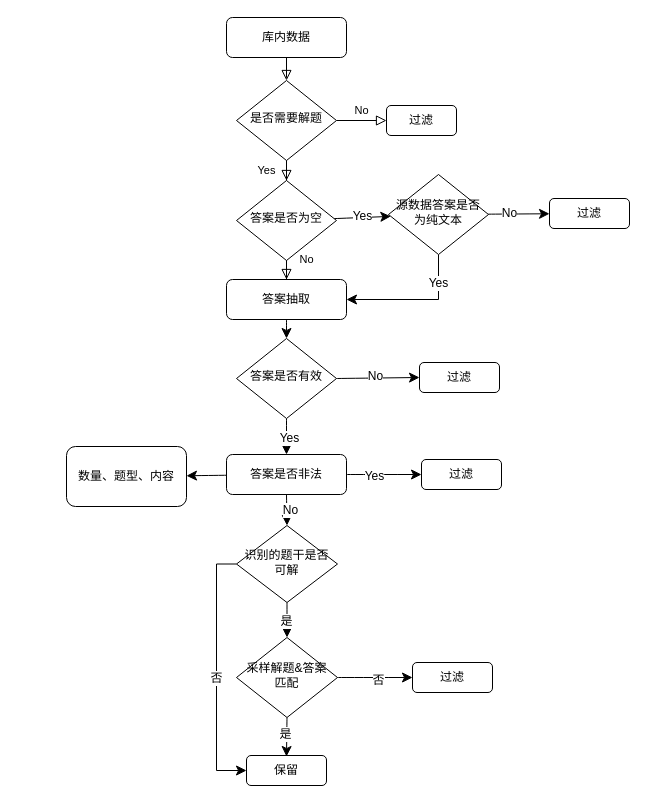
The draw.io diagram pics/t.drawio in QinHsiu/plot_demo, before the edit. Source tidied: cells renumbered, new cells numbered last; positions are measured from the earlier drawing's top-left corner, leaving out a move shared by most shapes. Both pictures are drawn from the tidied source at 100%, with x=0, y=0 at pixel (66, 17).
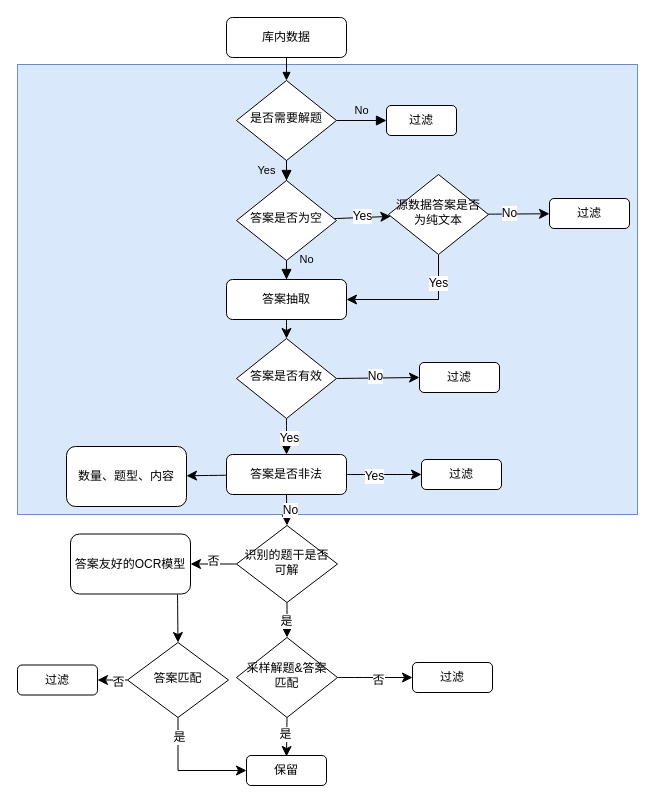
The same diagram, later.

The change refers to these unchanged cells:
```xml
<mxCell id="3" value="库内数据" style="rounded=1;whiteSpace=wrap;html=1;fontSize=12;glass=0;strokeWidth=1;shadow=0;" parent="1" vertex="1">
  <mxGeometry x="160" width="120" height="40" as="geometry" />
</mxCell>
<mxCell id="6" value="是否需要解题" style="rhombus;whiteSpace=wrap;html=1;shadow=0;fontFamily=Helvetica;fontSize=12;align=center;strokeWidth=1;spacing=6;spacingTop=-4;" parent="1" vertex="1">
  <mxGeometry x="170" y="63" width="100" height="80" as="geometry" />
</mxCell>
<mxCell id="7" value="过滤" style="rounded=1;whiteSpace=wrap;html=1;fontSize=12;glass=0;strokeWidth=1;shadow=0;" parent="1" vertex="1">
  <mxGeometry x="320" y="88" width="70" height="30" as="geometry" />
</mxCell>
<mxCell id="11" value="答案是否为空" style="rhombus;whiteSpace=wrap;html=1;shadow=0;fontFamily=Helvetica;fontSize=12;align=center;strokeWidth=1;spacing=6;spacingTop=-4;" parent="1" vertex="1">
  <mxGeometry x="170" y="163" width="100" height="80" as="geometry" />
</mxCell>
<mxCell id="13" value="答案抽取" style="rounded=1;whiteSpace=wrap;html=1;fontSize=12;glass=0;strokeWidth=1;shadow=0;" parent="1" vertex="1">
  <mxGeometry x="160" y="262" width="120" height="40" as="geometry" />
</mxCell>
<mxCell id="38" value="识别的题干是否可解" style="rhombus;whiteSpace=wrap;html=1;shadow=0;fontFamily=Helvetica;fontSize=12;align=center;strokeWidth=1;spacing=6;spacingTop=-4;" parent="1" vertex="1">
  <mxGeometry x="170" y="508" width="101" height="77" as="geometry" />
</mxCell>
<mxCell id="45" value="保留" style="rounded=1;whiteSpace=wrap;html=1;" parent="1" vertex="1">
  <mxGeometry x="180" y="738" width="80" height="30" as="geometry" />
</mxCell>
```

Change to the diagram source:
```diff
@@
+    <mxCell id="46" style="rounded=0;whiteSpace=wrap;html=1;fillColor=#dae8fc;strokeColor=#6c8ebf;" parent="1" vertex="1">
+      <mxGeometry x="-49" y="47" width="620" height="450" as="geometry" />
+    </mxCell>
-    <mxCell id="2" style="rounded=0;html=1;jettySize=auto;fontSize=11;endArrow=block;endFill=0;endSize=8;strokeWidth=1;shadow=0;labelBackgroundColor=none;edgeStyle=orthogonalEdgeStyle;" parent="1" edge="1" source="3" target="6">
+    <mxCell id="2" style="rounded=0;html=1;jettySize=auto;fontSize=11;endArrow=block;endFill=1;strokeWidth=1;shadow=0;labelBackgroundColor=none;edgeStyle=orthogonalEdgeStyle;" parent="1" edge="1" source="3" target="6">
       <mxGeometry relative="1" as="geometry" />
     </mxCell>
@@
-    <mxCell id="4" value="Yes" style="rounded=0;html=1;jettySize=auto;fontSize=11;endArrow=block;endFill=0;endSize=8;strokeWidth=1;shadow=0;labelBackgroundColor=none;edgeStyle=orthogonalEdgeStyle;exitX=0.5;exitY=1;exitDx=0;exitDy=0;" parent="1" edge="1" source="6" target="11">
+    <mxCell id="4" value="Yes" style="rounded=0;html=1;jettySize=auto;fontSize=11;endArrow=block;endFill=1;endSize=8;strokeWidth=1;shadow=0;labelBackgroundColor=none;edgeStyle=orthogonalEdgeStyle;exitX=0.5;exitY=1;exitDx=0;exitDy=0;" parent="1" edge="1" source="6" target="11">
       <mxGeometry y="20" relative="1" as="geometry" />
     </mxCell>
-    <mxCell id="5" value="No" style="edgeStyle=orthogonalEdgeStyle;rounded=0;html=1;jettySize=auto;fontSize=11;endArrow=block;endFill=0;endSize=8;strokeWidth=1;shadow=0;labelBackgroundColor=none;exitX=1;exitY=0.5;exitDx=0;exitDy=0;" parent="1" edge="1" source="6" target="7">
+    <mxCell id="5" value="No" style="edgeStyle=orthogonalEdgeStyle;rounded=0;html=1;jettySize=auto;fontSize=11;endArrow=block;endFill=1;endSize=8;strokeWidth=1;shadow=0;labelBackgroundColor=none;exitX=1;exitY=0.5;exitDx=0;exitDy=0;" parent="1" edge="1" source="6" target="7">
       <mxGeometry y="10" relative="1" as="geometry" />
     </mxCell>
@@
-    <mxCell id="8" value="No" style="rounded=0;html=1;jettySize=auto;fontSize=11;endArrow=block;endFill=0;endSize=8;strokeWidth=1;shadow=0;labelBackgroundColor=none;edgeStyle=orthogonalEdgeStyle;" parent="1" edge="1" source="11" target="13">
+    <mxCell id="8" value="No" style="rounded=0;html=1;jettySize=auto;fontSize=11;endArrow=block;endFill=1;endSize=8;strokeWidth=1;shadow=0;labelBackgroundColor=none;edgeStyle=orthogonalEdgeStyle;" parent="1" edge="1" source="11" target="13">
       <mxGeometry x="0.33" y="20" relative="1" as="geometry" />
     </mxCell>
@@
-    <mxCell id="34" style="rounded=0;jettySize=auto;html=1;fontSize=12;startSize=8;endSize=8;exitX=0;exitY=0.5;exitDx=0;exitDy=0;entryX=0;entryY=0.5;entryDx=0;entryDy=0;edgeStyle=orthogonalEdgeStyle;" parent="1" edge="1" source="38" target="45">
+    <mxCell id="34" style="rounded=0;jettySize=auto;html=1;fontSize=12;startSize=8;endSize=8;exitX=0;exitY=0.5;exitDx=0;exitDy=0;edgeStyle=orthogonalEdgeStyle;entryX=1;entryY=0.5;entryDx=0;entryDy=0;" parent="1" edge="1" source="38" target="53">
       <mxGeometry relative="1" as="geometry" />
     </mxCell>
@@
+    <mxCell id="47" style="edgeStyle=orthogonalEdgeStyle;rounded=0;jettySize=auto;html=1;exitX=0.5;exitY=1;exitDx=0;exitDy=0;entryX=0;entryY=0.5;entryDx=0;entryDy=0;fontSize=12;startSize=8;endSize=8;" parent="1" edge="1" source="51" target="45">
+      <mxGeometry relative="1" as="geometry" />
+    </mxCell>
+    <mxCell id="48" value="是" style="edgeLabel;html=1;align=center;verticalAlign=middle;fontSize=12;" parent="47" vertex="1">
+      <mxGeometry x="-0.69" y="1" relative="1" as="geometry" />
+    </mxCell>
+    <mxCell id="49" style="edgeStyle=none;curved=1;rounded=0;jettySize=auto;html=1;entryX=1;entryY=0.5;entryDx=0;entryDy=0;fontSize=12;startSize=8;endSize=8;" parent="1" edge="1" source="51" target="54">
+      <mxGeometry relative="1" as="geometry" />
+    </mxCell>
+    <mxCell id="50" value="否" style="edgeLabel;html=1;align=center;verticalAlign=middle;fontSize=12;" parent="49" vertex="1">
+      <mxGeometry x="-0.33" y="2" relative="1" as="geometry" />
+    </mxCell>
+    <mxCell id="51" value="答案匹配" style="rhombus;whiteSpace=wrap;html=1;shadow=0;fontFamily=Helvetica;fontSize=12;align=center;strokeWidth=1;spacing=6;spacingTop=-4;" parent="1" vertex="1">
+      <mxGeometry x="61" y="625" width="101" height="75" as="geometry" />
+    </mxCell>
+    <mxCell id="52" style="edgeStyle=none;curved=1;rounded=0;jettySize=auto;html=1;entryX=0.5;entryY=0;entryDx=0;entryDy=0;fontSize=12;startSize=8;endSize=8;exitX=0.892;exitY=1.008;exitDx=0;exitDy=0;exitPerimeter=0;" parent="1" edge="1" source="53" target="51">
+      <mxGeometry relative="1" as="geometry" />
+    </mxCell>
+    <mxCell id="53" value="答案友好的OCR模型" style="whiteSpace=wrap;html=1;rounded=1;glass=0;strokeWidth=1;shadow=0;" parent="1" vertex="1">
+      <mxGeometry x="4" y="516.5" width="120" height="60" as="geometry" />
+    </mxCell>
+    <mxCell id="54" value="过滤" style="rounded=1;whiteSpace=wrap;html=1;" parent="1" vertex="1">
+      <mxGeometry x="-49" y="647.5" width="80" height="30" as="geometry" />
+    </mxCell>
```
